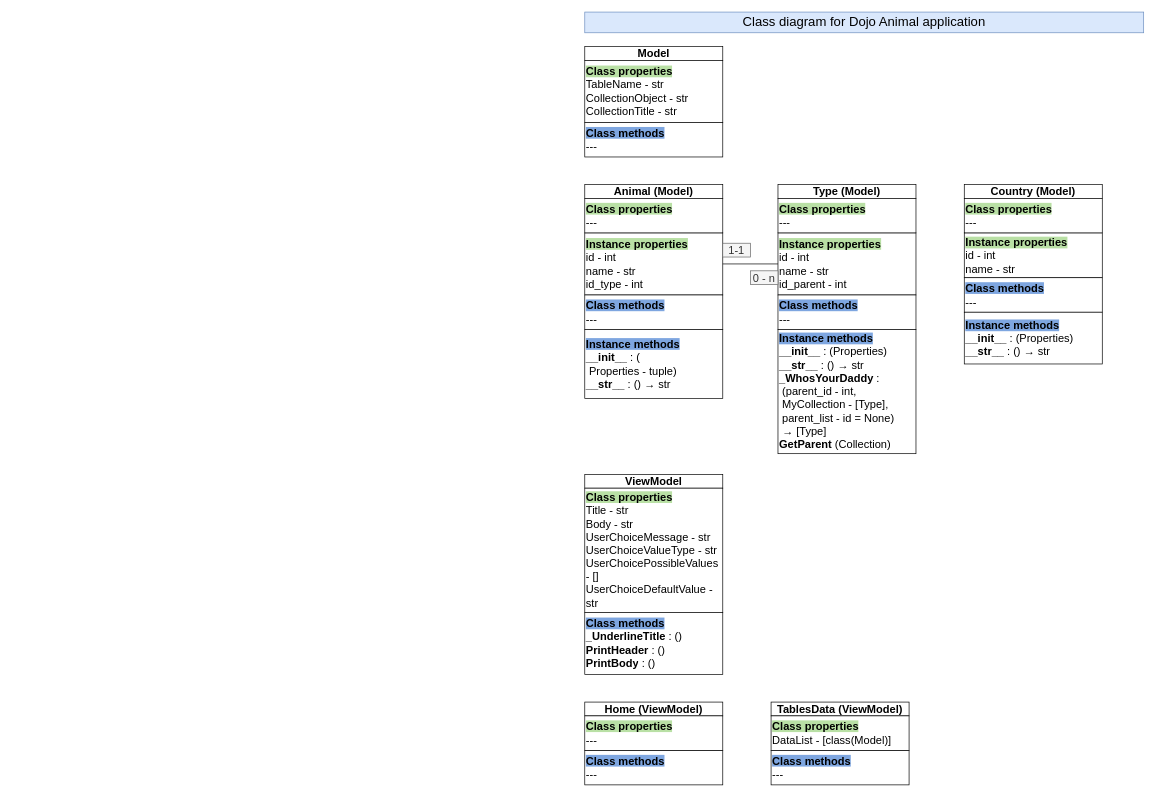
This is Documents/Animal Class diagram.drawio from TheGoodBear/Python-WCS-Cours-POO-BDD-venv, a draw.io file, before an edit. Source tidied: cells renumbered, new cells numbered last; positions are measured from the earlier drawing's top-left corner, leaving out a move shared by most shapes. Both pictures are drawn from the tidied source at 69%, with x=0, y=0 at pixel (584, 12).
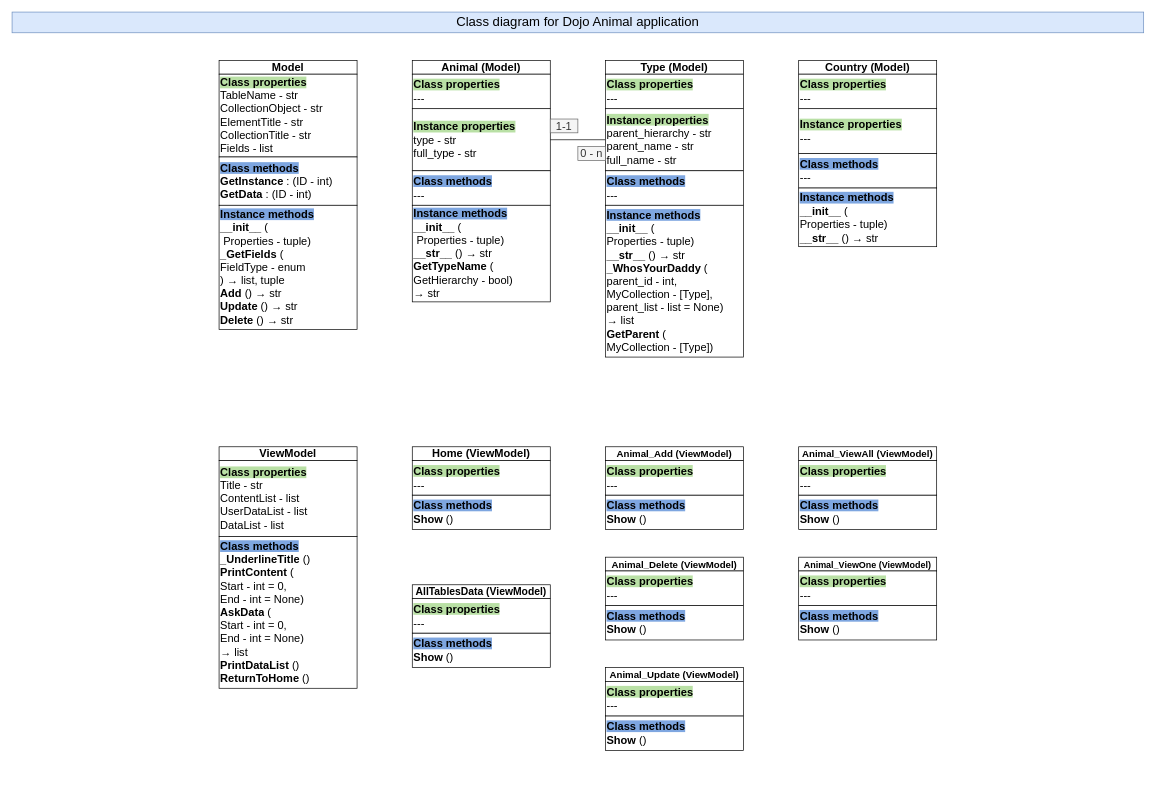
The same diagram, later.

Change to the diagram source:
```diff
@@
     <mxCell id="2" value="Class diagram for Dojo Animal application" style="rounded=0;whiteSpace=wrap;html=1;fontSize=19;fillColor=#dae8fc;strokeColor=#6c8ebf;" parent="1" vertex="1">
-      <mxGeometry width="810" height="30" as="geometry" />
+      <mxGeometry x="-830" width="1640" height="30" as="geometry" />
     </mxCell>
     <mxCell id="3" value="Animal (Model)" style="rounded=0;whiteSpace=wrap;html=1;fontSize=16;fontStyle=1;" parent="1" vertex="1">
-      <mxGeometry y="250" width="200" height="20" as="geometry" />
+      <mxGeometry x="-250" y="70" width="200" height="20" as="geometry" />
     </mxCell>
-    <mxCell id="4" value="&lt;b style=&quot;background-color: rgb(185 , 224 , 165)&quot;&gt;Instance properties&lt;/b&gt;&lt;br&gt;id - int&lt;br&gt;name - str&lt;br&gt;id_type - int" style="rounded=0;whiteSpace=wrap;html=1;fontSize=16;align=left;" parent="1" vertex="1">
-      <mxGeometry y="320" width="200" height="90" as="geometry" />
+    <mxCell id="4" value="&lt;b style=&quot;background-color: rgb(185 , 224 , 165)&quot;&gt;Instance properties&lt;/b&gt;&lt;br&gt;type - str&lt;br&gt;full_type - str" style="rounded=0;whiteSpace=wrap;html=1;fontSize=16;align=left;" parent="1" vertex="1">
+      <mxGeometry x="-250" y="140" width="200" height="90" as="geometry" />
     </mxCell>
     <mxCell id="5" value="&lt;b style=&quot;background-color: rgb(126 , 166 , 224)&quot;&gt;Class methods&lt;/b&gt;&lt;br&gt;&lt;span style=&quot;background-color: rgb(255 , 255 , 255)&quot;&gt;---&lt;/span&gt;" style="rounded=0;whiteSpace=wrap;html=1;fontSize=16;align=left;" parent="1" vertex="1">
-      <mxGeometry y="410" width="200" height="50" as="geometry" />
+      <mxGeometry x="-250" y="230" width="200" height="50" as="geometry" />
     </mxCell>
     <mxCell id="6" value="&lt;b style=&quot;background-color: rgb(185 , 224 , 165)&quot;&gt;Class properties&lt;/b&gt;&lt;br&gt;---" style="rounded=0;whiteSpace=wrap;html=1;fontSize=16;align=left;" parent="1" vertex="1">
-      <mxGeometry y="270" width="200" height="50" as="geometry" />
+      <mxGeometry x="-250" y="90" width="200" height="50" as="geometry" />
     </mxCell>
-    <mxCell id="7" value="&lt;b&gt;&lt;span style=&quot;background-color: rgb(126 , 166 , 224)&quot;&gt;Instance methods&lt;/span&gt;&lt;br&gt;__init__&lt;/b&gt; : (&lt;br&gt;&amp;nbsp;Properties - tuple)&lt;br&gt;&lt;b&gt;__str__&lt;/b&gt; : () → str" style="rounded=0;whiteSpace=wrap;html=1;fontSize=16;align=left;" parent="1" vertex="1">
-      <mxGeometry y="460" width="200" height="100" as="geometry" />
+    <mxCell id="7" value="&lt;b&gt;&lt;span style=&quot;background-color: rgb(126 , 166 , 224)&quot;&gt;Instance methods&lt;/span&gt;&lt;br&gt;__init__&lt;/b&gt;&amp;nbsp;(&lt;br&gt;&amp;nbsp;Properties - tuple)&lt;br&gt;&lt;b&gt;__str__&lt;/b&gt;&amp;nbsp;() → str&lt;br&gt;&lt;b&gt;GetTypeName&lt;/b&gt; (&lt;br&gt;GetHierarchy - bool)&lt;br&gt;→ str" style="rounded=0;whiteSpace=wrap;html=1;fontSize=16;align=left;" parent="1" vertex="1">
+      <mxGeometry x="-250" y="280" width="200" height="140" as="geometry" />
     </mxCell>
     <mxCell id="8" value="Type (Model)" style="rounded=0;whiteSpace=wrap;html=1;fontSize=16;fontStyle=1;" parent="1" vertex="1">
-      <mxGeometry x="280" y="250" width="200" height="20" as="geometry" />
+      <mxGeometry x="30" y="70" width="200" height="20" as="geometry" />
     </mxCell>
@@
-    <mxCell id="10" value="&lt;b style=&quot;background-color: rgb(185 , 224 , 165)&quot;&gt;Instance properties&lt;/b&gt;&lt;br&gt;id - int&lt;br&gt;name - str&lt;br&gt;id_parent - int" style="rounded=0;whiteSpace=wrap;html=1;fontSize=16;align=left;" parent="1" vertex="1">
-      <mxGeometry x="280" y="320" width="200" height="90" as="geometry" />
+    <mxCell id="10" value="&lt;b style=&quot;background-color: rgb(185 , 224 , 165)&quot;&gt;Instance properties&lt;/b&gt;&lt;br&gt;parent_hierarchy - str&lt;br&gt;parent_name - str&lt;br&gt;full_name - str" style="rounded=0;whiteSpace=wrap;html=1;fontSize=16;align=left;" parent="1" vertex="1">
+      <mxGeometry x="30" y="140" width="200" height="90" as="geometry" />
     </mxCell>
     <mxCell id="11" value="&lt;b style=&quot;background-color: rgb(126 , 166 , 224)&quot;&gt;Class methods&lt;/b&gt;&lt;br&gt;&lt;span style=&quot;background-color: rgb(255 , 255 , 255)&quot;&gt;---&lt;/span&gt;" style="rounded=0;whiteSpace=wrap;html=1;fontSize=16;align=left;" parent="1" vertex="1">
-      <mxGeometry x="280" y="410" width="200" height="50" as="geometry" />
+      <mxGeometry x="30" y="230" width="200" height="50" as="geometry" />
     </mxCell>
-    <mxCell id="12" value="&lt;b&gt;&lt;span style=&quot;background-color: rgb(126 , 166 , 224)&quot;&gt;Instance methods&lt;/span&gt;&lt;br&gt;__init__&lt;/b&gt; : (Properties)&lt;br&gt;&lt;b&gt;__str__&lt;/b&gt; : () → str&lt;br&gt;&lt;b&gt;_WhosYourDaddy&lt;/b&gt; :&amp;nbsp; &amp;nbsp;(parent_id - int,&lt;br&gt;&amp;nbsp;MyCollection - [Type],&lt;br&gt;&amp;nbsp;parent_list - id = None)&lt;br&gt;&amp;nbsp;→ [Type]&lt;br&gt;&lt;b&gt;GetParent&lt;/b&gt; (Collection)" style="rounded=0;whiteSpace=wrap;html=1;fontSize=16;align=left;" parent="1" vertex="1">
-      <mxGeometry x="280" y="460" width="200" height="180" as="geometry" />
+    <mxCell id="12" value="&lt;b&gt;&lt;span style=&quot;background-color: rgb(126 , 166 , 224)&quot;&gt;Instance methods&lt;/span&gt;&lt;br&gt;__init__&lt;/b&gt;&amp;nbsp;(&lt;br&gt;Properties - tuple)&lt;br&gt;&lt;b&gt;__str__&lt;/b&gt;&amp;nbsp;() → str&lt;br&gt;&lt;b&gt;_WhosYourDaddy&lt;/b&gt;&amp;nbsp;(&lt;br&gt;parent_id - int,&lt;br&gt;MyCollection - [Type],&lt;br&gt;parent_list - list = None)&lt;br&gt;→ list&lt;br&gt;&lt;b&gt;GetParent&lt;/b&gt; (&lt;br&gt;MyCollection - [Type])" style="rounded=0;whiteSpace=wrap;html=1;fontSize=16;align=left;" parent="1" vertex="1">
+      <mxGeometry x="30" y="280" width="200" height="220" as="geometry" />
     </mxCell>
     <mxCell id="13" value="Model" style="rounded=0;whiteSpace=wrap;html=1;fontSize=16;fontStyle=1;" parent="1" vertex="1">
-      <mxGeometry y="50" width="200" height="20" as="geometry" />
+      <mxGeometry x="-530" y="70" width="200" height="20" as="geometry" />
     </mxCell>
-    <mxCell id="14" value="&lt;b style=&quot;background-color: rgb(185 , 224 , 165)&quot;&gt;Class properties&lt;/b&gt;&lt;br&gt;TableName - str&lt;br&gt;CollectionObject - str&lt;br&gt;CollectionTitle - str" style="rounded=0;whiteSpace=wrap;html=1;fontSize=16;align=left;" parent="1" vertex="1">
-      <mxGeometry y="70" width="200" height="90" as="geometry" />
+    <mxCell id="14" value="&lt;b style=&quot;background-color: rgb(185 , 224 , 165)&quot;&gt;Class properties&lt;/b&gt;&lt;br&gt;TableName - str&lt;br&gt;CollectionObject - str&lt;br&gt;ElementTitle - str&lt;br&gt;CollectionTitle - str&lt;br&gt;Fields - list" style="rounded=0;whiteSpace=wrap;html=1;fontSize=16;align=left;" parent="1" vertex="1">
+      <mxGeometry x="-530" y="90" width="200" height="120" as="geometry" />
     </mxCell>
     <mxCell id="15" value="&lt;b style=&quot;background-color: rgb(185 , 224 , 165)&quot;&gt;Class properties&lt;/b&gt;&lt;br&gt;---" style="rounded=0;whiteSpace=wrap;html=1;fontSize=16;align=left;" parent="1" vertex="1">
-      <mxGeometry x="280" y="270" width="200" height="50" as="geometry" />
+      <mxGeometry x="30" y="90" width="200" height="50" as="geometry" />
     </mxCell>
     <mxCell id="16" value="Country (Model)" style="rounded=0;whiteSpace=wrap;html=1;fontSize=16;fontStyle=1;" parent="1" vertex="1">
-      <mxGeometry x="550" y="250" width="200" height="20" as="geometry" />
+      <mxGeometry x="310" y="70" width="200" height="20" as="geometry" />
     </mxCell>
-    <mxCell id="17" value="&lt;b style=&quot;background-color: rgb(185 , 224 , 165)&quot;&gt;Instance properties&lt;/b&gt;&lt;br&gt;id - int&lt;br&gt;name - str" style="rounded=0;whiteSpace=wrap;html=1;fontSize=16;align=left;" parent="1" vertex="1">
-      <mxGeometry x="550" y="320" width="200" height="65" as="geometry" />
+    <mxCell id="17" value="&lt;b style=&quot;background-color: rgb(185 , 224 , 165)&quot;&gt;Instance properties&lt;/b&gt;&lt;br&gt;---" style="rounded=0;whiteSpace=wrap;html=1;fontSize=16;align=left;" parent="1" vertex="1">
+      <mxGeometry x="310" y="140" width="200" height="65" as="geometry" />
     </mxCell>
     <mxCell id="18" value="&lt;b style=&quot;background-color: rgb(126 , 166 , 224)&quot;&gt;Class methods&lt;/b&gt;&lt;br&gt;&lt;span style=&quot;background-color: rgb(255 , 255 , 255)&quot;&gt;---&lt;/span&gt;" style="rounded=0;whiteSpace=wrap;html=1;fontSize=16;align=left;" parent="1" vertex="1">
-      <mxGeometry x="550" y="385" width="200" height="50" as="geometry" />
+      <mxGeometry x="310" y="205" width="200" height="50" as="geometry" />
     </mxCell>
-    <mxCell id="19" value="&lt;b&gt;&lt;span style=&quot;background-color: rgb(126 , 166 , 224)&quot;&gt;Instance methods&lt;/span&gt;&lt;br&gt;__init__&lt;/b&gt; : (Properties)&lt;br&gt;&lt;b&gt;__str__&lt;/b&gt; : () → str" style="rounded=0;whiteSpace=wrap;html=1;fontSize=16;align=left;" parent="1" vertex="1">
-      <mxGeometry x="550" y="435" width="200" height="75" as="geometry" />
+    <mxCell id="19" value="&lt;b&gt;&lt;span style=&quot;background-color: rgb(126 , 166 , 224)&quot;&gt;Instance methods&lt;/span&gt;&lt;br&gt;__init__&lt;/b&gt;&amp;nbsp;(&lt;br&gt;Properties - tuple)&lt;br&gt;&lt;b&gt;__str__&lt;/b&gt;&amp;nbsp;() → str" style="rounded=0;whiteSpace=wrap;html=1;fontSize=16;align=left;" parent="1" vertex="1">
+      <mxGeometry x="310" y="255" width="200" height="85" as="geometry" />
     </mxCell>
     <mxCell id="20" value="&lt;b style=&quot;background-color: rgb(185 , 224 , 165)&quot;&gt;Class properties&lt;/b&gt;&lt;br&gt;---" style="rounded=0;whiteSpace=wrap;html=1;fontSize=16;align=left;" parent="1" vertex="1">
-      <mxGeometry x="550" y="270" width="200" height="50" as="geometry" />
+      <mxGeometry x="310" y="90" width="200" height="50" as="geometry" />
     </mxCell>
     <mxCell id="21" value="1-1" style="text;html=1;strokeColor=#666666;fillColor=#f5f5f5;align=center;verticalAlign=middle;whiteSpace=wrap;rounded=0;fontSize=16;fontColor=#333333;" parent="1" vertex="1">
-      <mxGeometry x="200" y="335" width="40" height="20" as="geometry" />
+      <mxGeometry x="-50" y="155" width="40" height="20" as="geometry" />
     </mxCell>
     <mxCell id="22" value="0 - n" style="text;html=1;strokeColor=#666666;fillColor=#f5f5f5;align=center;verticalAlign=middle;whiteSpace=wrap;rounded=0;fontSize=16;fontColor=#333333;" parent="1" vertex="1">
-      <mxGeometry x="240" y="375" width="40" height="20" as="geometry" />
+      <mxGeometry x="-10" y="195" width="40" height="20" as="geometry" />
     </mxCell>
     <mxCell id="23" value="Home (ViewModel)" style="rounded=0;whiteSpace=wrap;html=1;fontSize=16;fontStyle=1;" parent="1" vertex="1">
-      <mxGeometry y="1000" width="200" height="20" as="geometry" />
+      <mxGeometry x="-250" y="630" width="200" height="20" as="geometry" />
     </mxCell>
-    <mxCell id="24" value="&lt;b style=&quot;background-color: rgb(126 , 166 , 224)&quot;&gt;Class methods&lt;/b&gt;&lt;br&gt;&lt;span style=&quot;background-color: rgb(255 , 255 , 255)&quot;&gt;---&lt;/span&gt;" style="rounded=0;whiteSpace=wrap;html=1;fontSize=16;align=left;" parent="1" vertex="1">
-      <mxGeometry y="1070" width="200" height="50" as="geometry" />
+    <mxCell id="24" value="&lt;b style=&quot;background-color: rgb(126 , 166 , 224)&quot;&gt;Class methods&lt;/b&gt;&lt;br&gt;&lt;span style=&quot;background-color: rgb(255 , 255 , 255)&quot;&gt;&lt;b&gt;Show &lt;/b&gt;()&lt;/span&gt;" style="rounded=0;whiteSpace=wrap;html=1;fontSize=16;align=left;" parent="1" vertex="1">
+      <mxGeometry x="-250" y="700" width="200" height="50" as="geometry" />
     </mxCell>
     <mxCell id="25" value="&lt;b style=&quot;background-color: rgb(185 , 224 , 165)&quot;&gt;Class properties&lt;/b&gt;&lt;br&gt;---" style="rounded=0;whiteSpace=wrap;html=1;fontSize=16;align=left;" parent="1" vertex="1">
-      <mxGeometry y="1020" width="200" height="50" as="geometry" />
+      <mxGeometry x="-250" y="650" width="200" height="50" as="geometry" />
     </mxCell>
     <mxCell id="26" value="ViewModel" style="rounded=0;whiteSpace=wrap;html=1;fontSize=16;fontStyle=1;" parent="1" vertex="1">
-      <mxGeometry y="670" width="200" height="20" as="geometry" />
+      <mxGeometry x="-530" y="630" width="200" height="20" as="geometry" />
     </mxCell>
-    <mxCell id="27" value="&lt;b style=&quot;background-color: rgb(185 , 224 , 165)&quot;&gt;Class properties&lt;/b&gt;&lt;br&gt;Title - str&lt;br&gt;Body - str&lt;br&gt;UserChoiceMessage - str&lt;br&gt;UserChoiceValueType - str&lt;br&gt;UserChoicePossibleValues - []&lt;br&gt;UserChoiceDefaultValue - str" style="rounded=0;whiteSpace=wrap;html=1;fontSize=16;align=left;" parent="1" vertex="1">
-      <mxGeometry y="690" width="200" height="180" as="geometry" />
+    <mxCell id="27" value="&lt;b style=&quot;background-color: rgb(185 , 224 , 165)&quot;&gt;Class properties&lt;/b&gt;&lt;br&gt;Title - str&lt;br&gt;ContentList - list&lt;br&gt;UserDataList - list&lt;br&gt;DataList - list" style="rounded=0;whiteSpace=wrap;html=1;fontSize=16;align=left;" parent="1" vertex="1">
+      <mxGeometry x="-530" y="650" width="200" height="110" as="geometry" />
     </mxCell>
-    <mxCell id="28" value="&lt;b style=&quot;background-color: rgb(126 , 166 , 224)&quot;&gt;Class methods&lt;/b&gt;&lt;br&gt;&lt;b&gt;_UnderlineTitle&lt;/b&gt;&lt;span style=&quot;background-color: rgb(255 , 255 , 255)&quot;&gt;&amp;nbsp;: ()&lt;br&gt;&lt;/span&gt;&lt;span style=&quot;background-color: rgb(255 , 255 , 255)&quot;&gt;&lt;b&gt;PrintHeader&lt;/b&gt; : ()&lt;br&gt;&lt;/span&gt;&lt;b&gt;PrintBody&lt;/b&gt;&lt;span style=&quot;background-color: rgb(255 , 255 , 255)&quot;&gt;&amp;nbsp;: ()&lt;/span&gt;&lt;span style=&quot;background-color: rgb(255 , 255 , 255)&quot;&gt;&lt;br&gt;&lt;/span&gt;" style="rounded=0;whiteSpace=wrap;html=1;fontSize=16;align=left;" parent="1" vertex="1">
-      <mxGeometry y="870" width="200" height="90" as="geometry" />
+    <mxCell id="28" value="&lt;b style=&quot;background-color: rgb(126 , 166 , 224)&quot;&gt;Class methods&lt;/b&gt;&lt;br&gt;&lt;b&gt;_UnderlineTitle&lt;/b&gt;&lt;span style=&quot;background-color: rgb(255 , 255 , 255)&quot;&gt;&amp;nbsp;()&lt;br&gt;&lt;/span&gt;&lt;span style=&quot;background-color: rgb(255 , 255 , 255)&quot;&gt;&lt;b&gt;PrintContent&lt;/b&gt;&amp;nbsp;(&lt;br&gt;Start - int = 0,&lt;br&gt;End - int = None)&lt;br&gt;&lt;/span&gt;&lt;b&gt;AskData&lt;/b&gt;&lt;span style=&quot;background-color: rgb(255 , 255 , 255)&quot;&gt;&amp;nbsp;(&lt;/span&gt;&lt;br&gt;&lt;span style=&quot;background-color: rgb(255 , 255 , 255)&quot;&gt;Start - int = 0,&lt;/span&gt;&lt;br&gt;&lt;span style=&quot;background-color: rgb(255 , 255 , 255)&quot;&gt;End - int = None)&lt;br&gt;&lt;/span&gt;&lt;span style=&quot;background-color: rgb(255 , 255 , 255)&quot;&gt;→ list&lt;br&gt;&lt;b&gt;PrintDataList&lt;/b&gt; ()&lt;br&gt;&lt;/span&gt;&lt;span style=&quot;background-color: rgb(255 , 255 , 255)&quot;&gt;&lt;b&gt;ReturnToHome&lt;/b&gt; ()&lt;/span&gt;&lt;span style=&quot;background-color: rgb(255 , 255 , 255)&quot;&gt;&lt;br&gt;&lt;/span&gt;" style="rounded=0;whiteSpace=wrap;html=1;fontSize=16;align=left;" parent="1" vertex="1">
+      <mxGeometry x="-530" y="760" width="200" height="220" as="geometry" />
     </mxCell>
-    <mxCell id="29" value="&lt;b style=&quot;background-color: rgb(126 , 166 , 224)&quot;&gt;Class methods&lt;/b&gt;&lt;br&gt;&lt;span style=&quot;background-color: rgb(255 , 255 , 255)&quot;&gt;---&lt;/span&gt;" style="rounded=0;whiteSpace=wrap;html=1;fontSize=16;align=left;" parent="1" vertex="1">
-      <mxGeometry y="160" width="200" height="50" as="geometry" />
+    <mxCell id="29" value="&lt;b style=&quot;background-color: rgb(126 , 166 , 224)&quot;&gt;Class methods&lt;/b&gt;&lt;br&gt;&lt;span style=&quot;background-color: rgb(255 , 255 , 255)&quot;&gt;&lt;b&gt;GetInstance &lt;/b&gt;: (ID - int)&lt;br&gt;&lt;/span&gt;&lt;b&gt;GetData&amp;nbsp;&lt;/b&gt;&lt;span style=&quot;background-color: rgb(255 , 255 , 255)&quot;&gt;: (ID - int)&lt;/span&gt;&lt;span style=&quot;background-color: rgb(255 , 255 , 255)&quot;&gt;&lt;br&gt;&lt;/span&gt;" style="rounded=0;whiteSpace=wrap;html=1;fontSize=16;align=left;" parent="1" vertex="1">
+      <mxGeometry x="-530" y="210" width="200" height="70" as="geometry" />
     </mxCell>
-    <mxCell id="30" value="TablesData (ViewModel)" style="rounded=0;whiteSpace=wrap;html=1;fontSize=16;fontStyle=1;" parent="1" vertex="1">
-      <mxGeometry x="270" y="1000" width="200" height="20" as="geometry" />
+    <mxCell id="30" value="&lt;font style=&quot;font-size: 15px&quot;&gt;AllTablesData (ViewModel)&lt;/font&gt;" style="rounded=0;whiteSpace=wrap;html=1;fontSize=16;fontStyle=1;" parent="1" vertex="1">
+      <mxGeometry x="-250" y="830" width="200" height="20" as="geometry" />
     </mxCell>
-    <mxCell id="31" value="&lt;b style=&quot;background-color: rgb(126 , 166 , 224)&quot;&gt;Class methods&lt;/b&gt;&lt;br&gt;&lt;span style=&quot;background-color: rgb(255 , 255 , 255)&quot;&gt;---&lt;/span&gt;" style="rounded=0;whiteSpace=wrap;html=1;fontSize=16;align=left;" parent="1" vertex="1">
-      <mxGeometry x="270" y="1070" width="200" height="50" as="geometry" />
+    <mxCell id="31" value="&lt;b style=&quot;background-color: rgb(126 , 166 , 224)&quot;&gt;Class methods&lt;/b&gt;&lt;br&gt;&lt;span style=&quot;background-color: rgb(255 , 255 , 255)&quot;&gt;&lt;b&gt;Show&amp;nbsp;&lt;/b&gt;()&lt;/span&gt;" style="rounded=0;whiteSpace=wrap;html=1;fontSize=16;align=left;" parent="1" vertex="1">
+      <mxGeometry x="-250" y="900" width="200" height="50" as="geometry" />
     </mxCell>
-    <mxCell id="32" value="&lt;b style=&quot;background-color: rgb(185 , 224 , 165)&quot;&gt;Class properties&lt;/b&gt;&lt;br&gt;DataList - [class(Model)]" style="rounded=0;whiteSpace=wrap;html=1;fontSize=16;align=left;" parent="1" vertex="1">
-      <mxGeometry x="270" y="1020" width="200" height="50" as="geometry" />
+    <mxCell id="32" value="&lt;b style=&quot;background-color: rgb(185 , 224 , 165)&quot;&gt;Class properties&lt;/b&gt;&lt;br&gt;---" style="rounded=0;whiteSpace=wrap;html=1;fontSize=16;align=left;" parent="1" vertex="1">
+      <mxGeometry x="-250" y="850" width="200" height="50" as="geometry" />
     </mxCell>
+    <mxCell id="33" value="&lt;b&gt;&lt;span style=&quot;background-color: rgb(126 , 166 , 224)&quot;&gt;Instance methods&lt;/span&gt;&lt;br&gt;__init__&lt;/b&gt;&amp;nbsp;(&lt;br&gt;&amp;nbsp;Properties - tuple)&lt;br&gt;&lt;b&gt;_GetFields&lt;/b&gt;&amp;nbsp;(&lt;br&gt;FieldType - enum&lt;br&gt;) → list, tuple&lt;br&gt;&lt;b&gt;Add&lt;/b&gt;&amp;nbsp;() → str&lt;br&gt;&lt;b&gt;Update&lt;/b&gt;&amp;nbsp;() → str&lt;br&gt;&lt;b&gt;Delete&lt;/b&gt;&amp;nbsp;() → str" style="rounded=0;whiteSpace=wrap;html=1;fontSize=16;align=left;" parent="1" vertex="1">
+      <mxGeometry x="-530" y="280" width="200" height="180" as="geometry" />
+    </mxCell>
+    <mxCell id="34" value="&lt;font style=&quot;font-size: 14px&quot;&gt;Animal_Add (ViewModel)&lt;/font&gt;" style="rounded=0;whiteSpace=wrap;html=1;fontSize=16;fontStyle=1;" parent="1" vertex="1">
+      <mxGeometry x="30" y="630" width="200" height="20" as="geometry" />
+    </mxCell>
+    <mxCell id="35" value="&lt;b style=&quot;background-color: rgb(126 , 166 , 224)&quot;&gt;Class methods&lt;/b&gt;&lt;br&gt;&lt;span style=&quot;background-color: rgb(255 , 255 , 255)&quot;&gt;&lt;b&gt;Show &lt;/b&gt;()&lt;/span&gt;" style="rounded=0;whiteSpace=wrap;html=1;fontSize=16;align=left;" parent="1" vertex="1">
+      <mxGeometry x="30" y="700" width="200" height="50" as="geometry" />
+    </mxCell>
+    <mxCell id="36" value="&lt;b style=&quot;background-color: rgb(185 , 224 , 165)&quot;&gt;Class properties&lt;/b&gt;&lt;br&gt;---" style="rounded=0;whiteSpace=wrap;html=1;fontSize=16;align=left;" parent="1" vertex="1">
+      <mxGeometry x="30" y="650" width="200" height="50" as="geometry" />
+    </mxCell>
+    <mxCell id="37" value="&lt;font style=&quot;font-size: 14px&quot;&gt;Animal_Delete (ViewModel)&lt;/font&gt;" style="rounded=0;whiteSpace=wrap;html=1;fontSize=16;fontStyle=1;" parent="1" vertex="1">
+      <mxGeometry x="30" y="790" width="200" height="20" as="geometry" />
+    </mxCell>
+    <mxCell id="38" value="&lt;b style=&quot;background-color: rgb(126 , 166 , 224)&quot;&gt;Class methods&lt;/b&gt;&lt;br&gt;&lt;span style=&quot;background-color: rgb(255 , 255 , 255)&quot;&gt;&lt;b&gt;Show &lt;/b&gt;()&lt;/span&gt;" style="rounded=0;whiteSpace=wrap;html=1;fontSize=16;align=left;" parent="1" vertex="1">
+      <mxGeometry x="30" y="860" width="200" height="50" as="geometry" />
+    </mxCell>
+    <mxCell id="39" value="&lt;b style=&quot;background-color: rgb(185 , 224 , 165)&quot;&gt;Class properties&lt;/b&gt;&lt;br&gt;---" style="rounded=0;whiteSpace=wrap;html=1;fontSize=16;align=left;" parent="1" vertex="1">
+      <mxGeometry x="30" y="810" width="200" height="50" as="geometry" />
+    </mxCell>
+    <mxCell id="40" value="&lt;font style=&quot;font-size: 14px&quot;&gt;Animal_Update (ViewModel)&lt;/font&gt;" style="rounded=0;whiteSpace=wrap;html=1;fontSize=16;fontStyle=1;" parent="1" vertex="1">
+      <mxGeometry x="30" y="950" width="200" height="20" as="geometry" />
+    </mxCell>
+    <mxCell id="41" value="&lt;b style=&quot;background-color: rgb(126 , 166 , 224)&quot;&gt;Class methods&lt;/b&gt;&lt;br&gt;&lt;span style=&quot;background-color: rgb(255 , 255 , 255)&quot;&gt;&lt;b&gt;Show &lt;/b&gt;()&lt;/span&gt;" style="rounded=0;whiteSpace=wrap;html=1;fontSize=16;align=left;" parent="1" vertex="1">
+      <mxGeometry x="30" y="1020" width="200" height="50" as="geometry" />
+    </mxCell>
+    <mxCell id="42" value="&lt;b style=&quot;background-color: rgb(185 , 224 , 165)&quot;&gt;Class properties&lt;/b&gt;&lt;br&gt;---" style="rounded=0;whiteSpace=wrap;html=1;fontSize=16;align=left;" parent="1" vertex="1">
+      <mxGeometry x="30" y="970" width="200" height="50" as="geometry" />
+    </mxCell>
+    <mxCell id="43" value="&lt;font style=&quot;font-size: 14px&quot;&gt;Animal_ViewAll (ViewModel)&lt;/font&gt;" style="rounded=0;whiteSpace=wrap;html=1;fontSize=16;fontStyle=1;" parent="1" vertex="1">
+      <mxGeometry x="310" y="630" width="200" height="20" as="geometry" />
+    </mxCell>
+    <mxCell id="44" value="&lt;b style=&quot;background-color: rgb(126 , 166 , 224)&quot;&gt;Class methods&lt;/b&gt;&lt;br&gt;&lt;span style=&quot;background-color: rgb(255 , 255 , 255)&quot;&gt;&lt;b&gt;Show &lt;/b&gt;()&lt;/span&gt;" style="rounded=0;whiteSpace=wrap;html=1;fontSize=16;align=left;" parent="1" vertex="1">
+      <mxGeometry x="310" y="700" width="200" height="50" as="geometry" />
+    </mxCell>
+    <mxCell id="45" value="&lt;b style=&quot;background-color: rgb(185 , 224 , 165)&quot;&gt;Class properties&lt;/b&gt;&lt;br&gt;---" style="rounded=0;whiteSpace=wrap;html=1;fontSize=16;align=left;" parent="1" vertex="1">
+      <mxGeometry x="310" y="650" width="200" height="50" as="geometry" />
+    </mxCell>
+    <mxCell id="46" value="&lt;font style=&quot;font-size: 13px&quot;&gt;Animal_ViewOne (ViewModel)&lt;/font&gt;" style="rounded=0;whiteSpace=wrap;html=1;fontSize=16;fontStyle=1;" parent="1" vertex="1">
+      <mxGeometry x="310" y="790" width="200" height="20" as="geometry" />
+    </mxCell>
+    <mxCell id="47" value="&lt;b style=&quot;background-color: rgb(126 , 166 , 224)&quot;&gt;Class methods&lt;/b&gt;&lt;br&gt;&lt;span style=&quot;background-color: rgb(255 , 255 , 255)&quot;&gt;&lt;b&gt;Show &lt;/b&gt;()&lt;/span&gt;" style="rounded=0;whiteSpace=wrap;html=1;fontSize=16;align=left;" parent="1" vertex="1">
+      <mxGeometry x="310" y="860" width="200" height="50" as="geometry" />
+    </mxCell>
+    <mxCell id="48" value="&lt;b style=&quot;background-color: rgb(185 , 224 , 165)&quot;&gt;Class properties&lt;/b&gt;&lt;br&gt;---" style="rounded=0;whiteSpace=wrap;html=1;fontSize=16;align=left;" parent="1" vertex="1">
+      <mxGeometry x="310" y="810" width="200" height="50" as="geometry" />
+    </mxCell>
```
